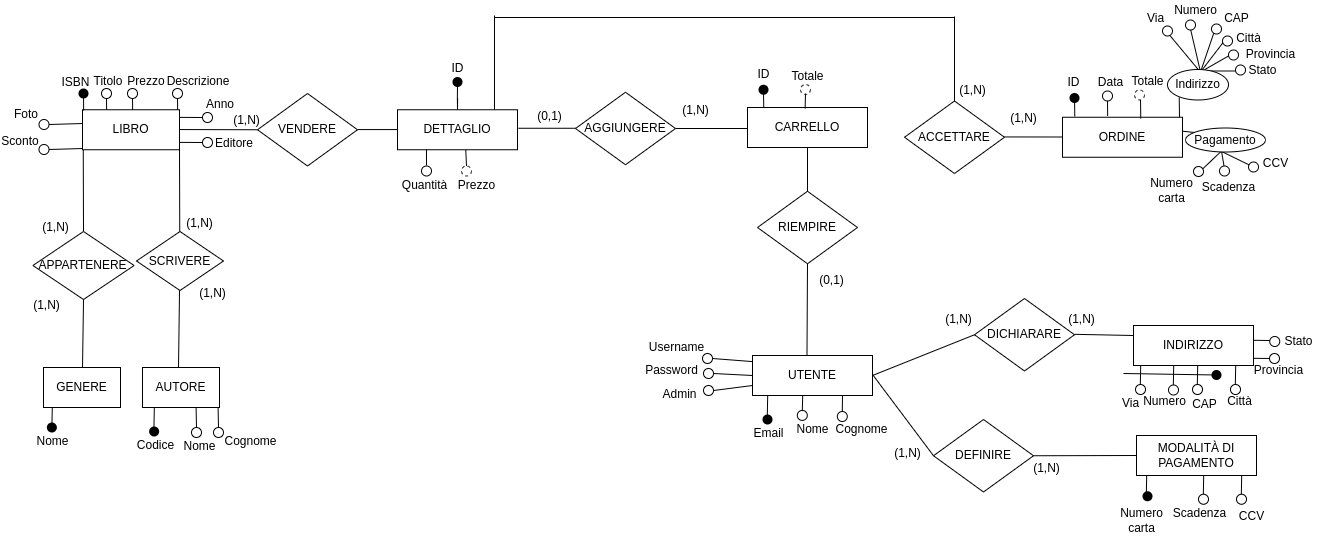
This is img-readme/schema.png from Tensa53/LibriShop, a draw.io export, as it was before one commit. Source tidied: cells renumbered, new cells last; positions are measured from the earlier drawing's top-left corner, leaving out a move shared by most shapes.
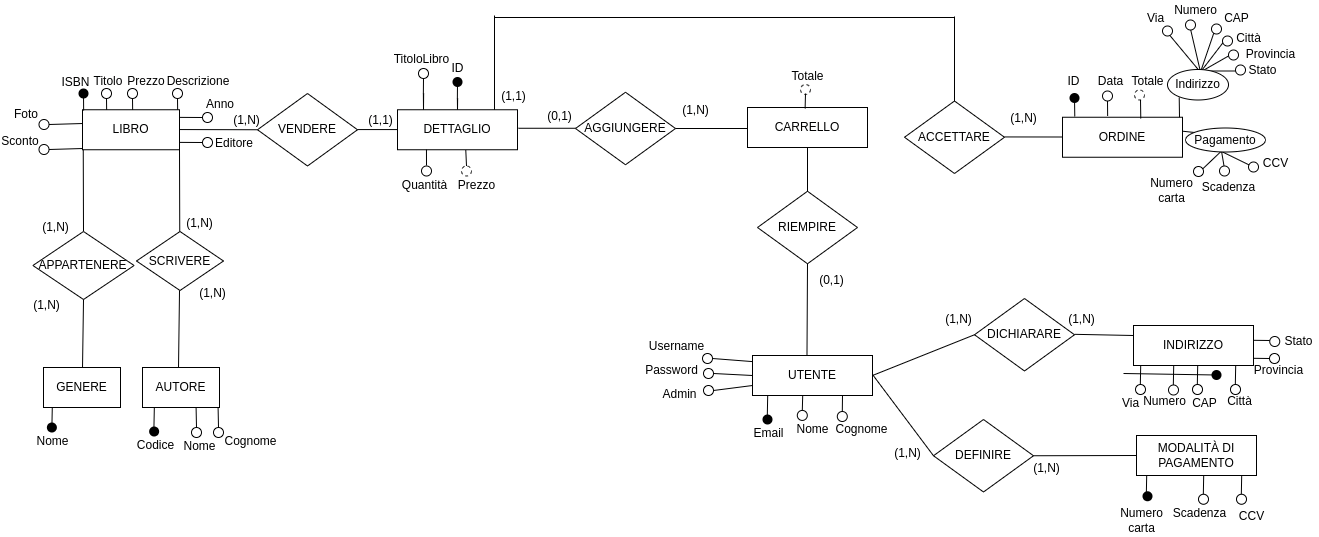
After the commit.

Change to the diagram source:
```diff
@@ -259,15 +259,6 @@
     <mxCell id="63" value="CARRELLO" style="rounded=0;whiteSpace=wrap;html=1;" parent="1" vertex="1">
       <mxGeometry x="747" y="106" width="120" height="40" as="geometry" />
     </mxCell>
-    <mxCell id="64" style="endArrow=none;html=1;rounded=0;entryX=0.5;entryY=1;entryDx=0;entryDy=0;exitX=0.044;exitY=-0.014;exitDx=0;exitDy=0;exitPerimeter=0;" parent="1" edge="1">
-      <mxGeometry relative="1" as="geometry">
-        <mxPoint x="763.3" y="106.4" as="sourcePoint" />
-        <mxPoint x="763" y="92" as="targetPoint" />
-      </mxGeometry>
-    </mxCell>
-    <mxCell id="65" value="ID" style="text;html=1;align=center;verticalAlign=middle;strokeColor=none;fillColor=none;" parent="1" vertex="1">
-      <mxGeometry x="752" y="64" width="22" height="18" as="geometry" />
-    </mxCell>
     <mxCell id="66" style="endArrow=none;html=1;rounded=0;entryX=0.5;entryY=1;entryDx=0;entryDy=0;startArrow=none;" parent="1" edge="1" target="63">
       <mxGeometry relative="1" as="geometry">
         <mxPoint x="807" y="191" as="sourcePoint" />
@@ -486,9 +477,6 @@
     <mxCell id="123" value="(1,N)" style="text;html=1;align=center;verticalAlign=middle;strokeColor=none;fillColor=none;" parent="1" vertex="1">
       <mxGeometry x="887" y="442" width="40" height="20" as="geometry" />
     </mxCell>
-    <mxCell id="124" style="shape=waypoint;sketch=0;size=6;perimeter=centerPerimeter;strokeWidth=3;" parent="1" vertex="1">
-      <mxGeometry x="743" y="68.2" width="40" height="40" as="geometry" />
-    </mxCell>
     <mxCell id="125" style="shape=waypoint;sketch=0;size=6;perimeter=centerPerimeter;strokeWidth=3;fillColor=none;" parent="1" vertex="1">
       <mxGeometry x="1127" y="474.8" width="40" height="40" as="geometry" />
     </mxCell>
@@ -525,7 +513,7 @@
       </mxGeometry>
     </mxCell>
     <mxCell id="135" value="(0,1)" style="text;html=1;align=center;verticalAlign=middle;strokeColor=none;fillColor=none;" parent="1" vertex="1">
-      <mxGeometry x="531" y="105.2" width="36" height="19" as="geometry" />
+      <mxGeometry x="541" y="105.2" width="36" height="19" as="geometry" />
     </mxCell>
     <mxCell id="136" style="ellipse;whiteSpace=wrap;html=1;strokeWidth=1;" parent="1" vertex="1">
       <mxGeometry x="38.5" y="118" width="10" height="10" as="geometry" />
@@ -758,8 +746,26 @@
         <mxPoint x="805" y="92" as="targetPoint" />
       </mxGeometry>
     </mxCell>
-    <mxCell id="196" value="(1,N)" style="text;html=1;strokeColor=none;fillColor=none;align=center;verticalAlign=middle;whiteSpace=wrap;rounded=0;" parent="1" vertex="1">
-      <mxGeometry x="957" y="81" width="31" height="16" as="geometry" />
+    <mxCell id="196" value="(1,1)" style="text;html=1;strokeColor=none;fillColor=none;align=center;verticalAlign=middle;whiteSpace=wrap;rounded=0;" parent="1" vertex="1">
+      <mxGeometry x="498" y="86.5" width="31" height="16" as="geometry" />
     </mxCell>
+    <mxCell id="197" value="(1,1)" style="text;html=1;strokeColor=none;fillColor=none;align=center;verticalAlign=middle;whiteSpace=wrap;rounded=0;" parent="1" vertex="1">
+      <mxGeometry x="365" y="111" width="31" height="16" as="geometry" />
+    </mxCell>
+    <mxCell id="198" style="ellipse;whiteSpace=wrap;html=1;strokeWidth=1;fillColor=default;" parent="1" vertex="1">
+      <mxGeometry x="418" y="67" width="10" height="10" as="geometry" />
+    </mxCell>
+    <mxCell id="199" style="endArrow=none;html=1;rounded=0;fillColor=#000000;exitX=0.044;exitY=-0.014;exitDx=0;exitDy=0;exitPerimeter=0;entryX=0.5;entryY=1;entryDx=0;entryDy=0;" parent="1" edge="1" target="198">
+      <mxGeometry relative="1" as="geometry">
+        <mxPoint x="423.1" y="92" as="sourcePoint" />
+        <Array as="points">
+          <mxPoint x="423" y="108" />
+          <mxPoint x="422.9" y="91.6" />
+        </Array>
+      </mxGeometry>
+    </mxCell>
+    <mxCell id="200" value="TitoloLibro" style="text;html=1;align=center;verticalAlign=middle;strokeColor=none;fillColor=none;" parent="1" vertex="1">
+      <mxGeometry x="387" y="49" width="67" height="19" as="geometry" />
+    </mxCell>
   </root>
 </mxGraphModel>
```
